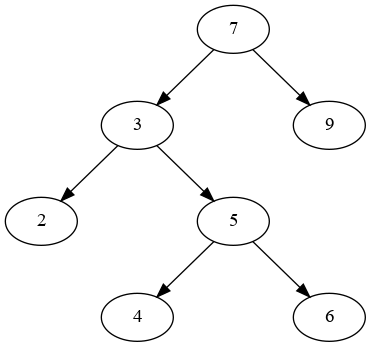
The Graphviz diagram docs/mp2i/Colles/temp.png in fabricenativel/cpge-info, before a commit. Its source is kept beside it as docs/mp2i/Colles/temp.gv.
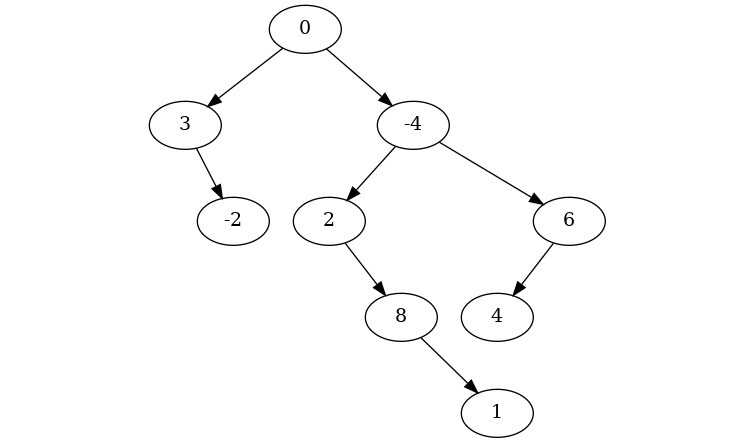
Later version of the same file.

The edit, as a diff of the source:
```diff
@@ -1,14 +1,30 @@
 digraph mygraph {
-7 -> 3
+0 -> 3
 I0 [style=invis]
- 7 -> I0 [style=invis]
-7 -> 9
-3 -> 2
+ 0 -> I0 [style=invis]
+0 -> -4
 I1 [style=invis]
  3 -> I1 [style=invis]
-3 -> 5
-5 -> 4
 I2 [style=invis]
- 5 -> I2 [style=invis]
-5 -> 6
+ 3 -> I2 [style=invis]
+3 -> -2
+-4 -> 2
+I3 [style=invis]
+ -4 -> I3 [style=invis]
+-4 -> 6
+I4 [style=invis]
+ 2 -> I4 [style=invis]
+I5 [style=invis]
+ 2 -> I5 [style=invis]
+2 -> 8
+I6 [style=invis]
+ 8 -> I6 [style=invis]
+I7 [style=invis]
+ 8 -> I7 [style=invis]
+8 -> 1
+6 -> 4
+I8 [style=invis]
+ 6 -> I8 [style=invis]
+I9 [style=invis]
+ 6 -> I9 [style=invis]
 }
```
